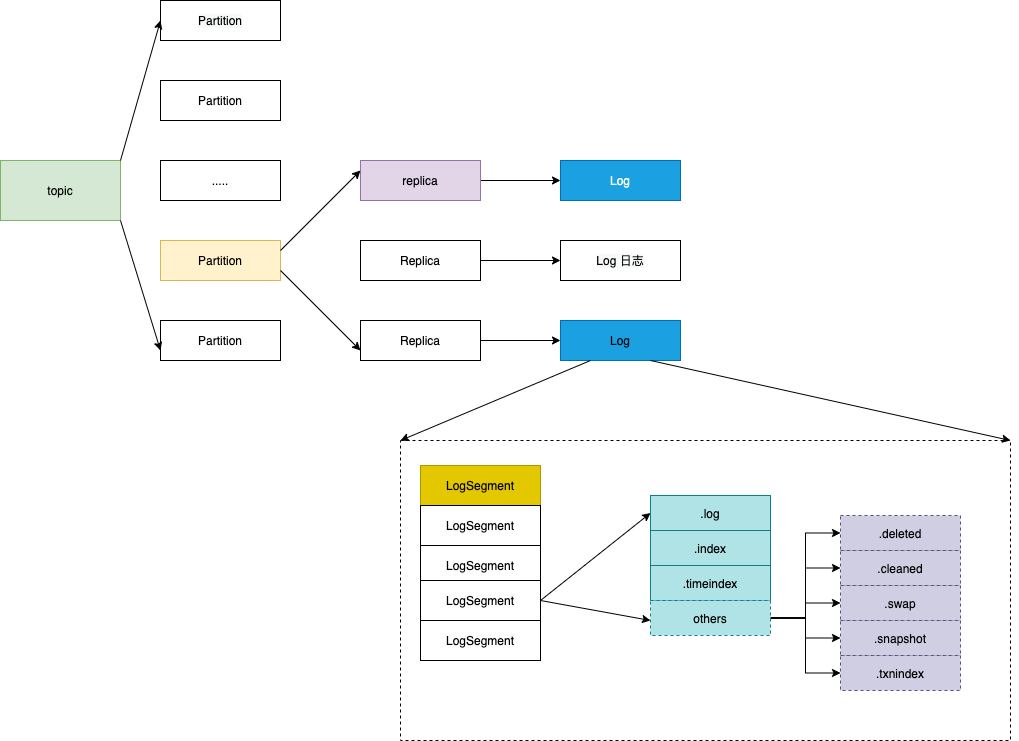
Earlier version of the draw.io export kafka/log-relation.png (sivanbil/architecthure-diagram). Source tidied: cells renumbered, new cells last; positions are measured from the earlier drawing's top-left corner, leaving out a move shared by most shapes.
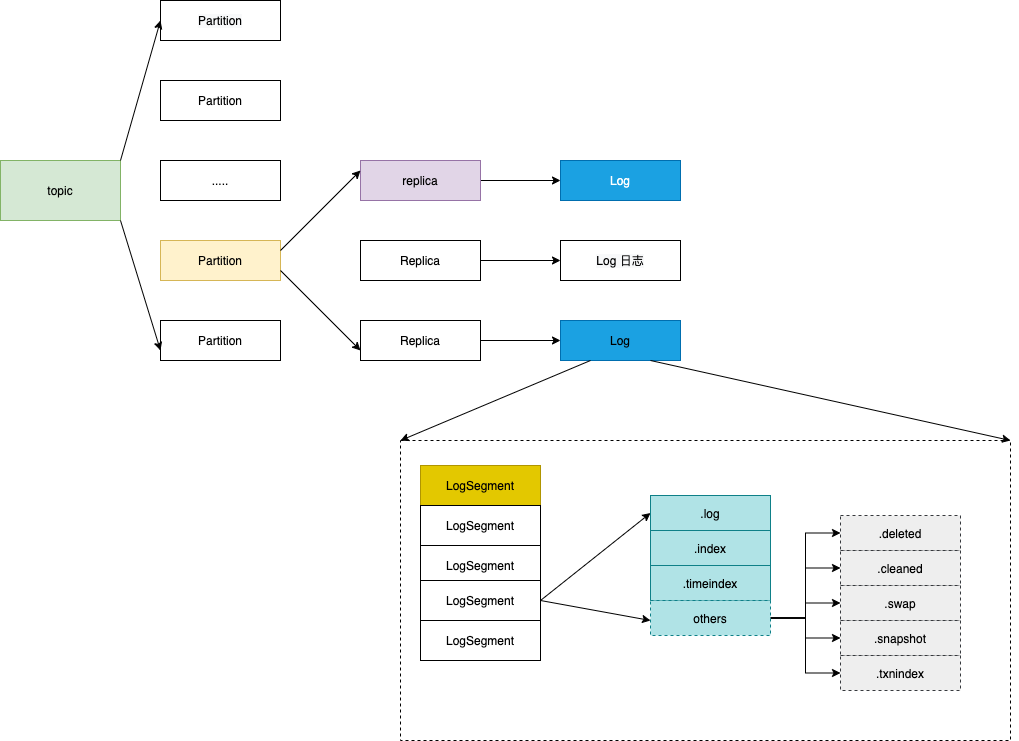
Above is the later version.

What changed in the source:
```diff
@@ -122,19 +122,19 @@
         <mxPoint x="120" y="220" as="sourcePoint" />
       </mxGeometry>
     </mxCell>
-    <mxCell id="40" value=".deleted" style="rounded=0;whiteSpace=wrap;html=1;dashed=1;fillColor=#d0cee2;strokeColor=#56517e;" parent="1" vertex="1">
+    <mxCell id="40" value=".deleted" style="rounded=0;whiteSpace=wrap;html=1;dashed=1;fillColor=#eeeeee;strokeColor=#36393d;" parent="1" vertex="1">
       <mxGeometry x="840" y="515" width="120" height="35" as="geometry" />
     </mxCell>
-    <mxCell id="41" value=".cleaned" style="rounded=0;whiteSpace=wrap;html=1;dashed=1;fillColor=#d0cee2;strokeColor=#56517e;" parent="1" vertex="1">
+    <mxCell id="41" value=".cleaned" style="rounded=0;whiteSpace=wrap;html=1;dashed=1;fillColor=#eeeeee;strokeColor=#36393d;" parent="1" vertex="1">
       <mxGeometry x="840" y="550" width="120" height="35" as="geometry" />
     </mxCell>
-    <mxCell id="42" value=".swap" style="rounded=0;whiteSpace=wrap;html=1;dashed=1;fillColor=#d0cee2;strokeColor=#56517e;" parent="1" vertex="1">
+    <mxCell id="42" value=".swap" style="rounded=0;whiteSpace=wrap;html=1;dashed=1;fillColor=#eeeeee;strokeColor=#36393d;" parent="1" vertex="1">
       <mxGeometry x="840" y="585" width="120" height="35" as="geometry" />
     </mxCell>
-    <mxCell id="43" value=".snapshot" style="rounded=0;whiteSpace=wrap;html=1;dashed=1;fillColor=#d0cee2;strokeColor=#56517e;" parent="1" vertex="1">
+    <mxCell id="43" value=".snapshot" style="rounded=0;whiteSpace=wrap;html=1;dashed=1;fillColor=#eeeeee;strokeColor=#36393d;" parent="1" vertex="1">
       <mxGeometry x="840" y="620" width="120" height="35" as="geometry" />
     </mxCell>
-    <mxCell id="44" value=".txnindex" style="rounded=0;whiteSpace=wrap;html=1;dashed=1;fillColor=#d0cee2;strokeColor=#56517e;" parent="1" vertex="1">
+    <mxCell id="44" value=".txnindex" style="rounded=0;whiteSpace=wrap;html=1;dashed=1;fillColor=#eeeeee;strokeColor=#36393d;" parent="1" vertex="1">
       <mxGeometry x="840" y="655" width="120" height="35" as="geometry" />
     </mxCell>
   </root>
```
